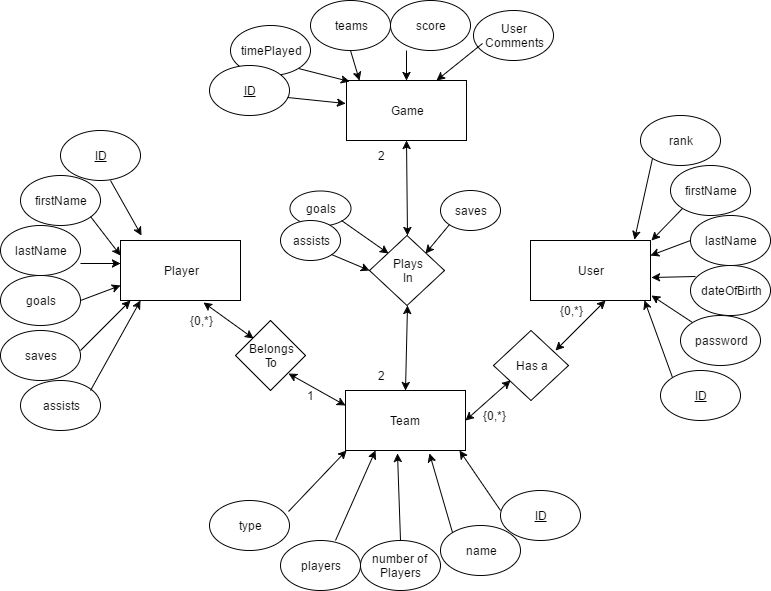
Before: project/erd.png, a diagram exported from draw.io (mjond/cs342). Source tidied: cells renumbered, new cells last; positions are measured from the earlier drawing's top-left corner, leaving out a move shared by most shapes.
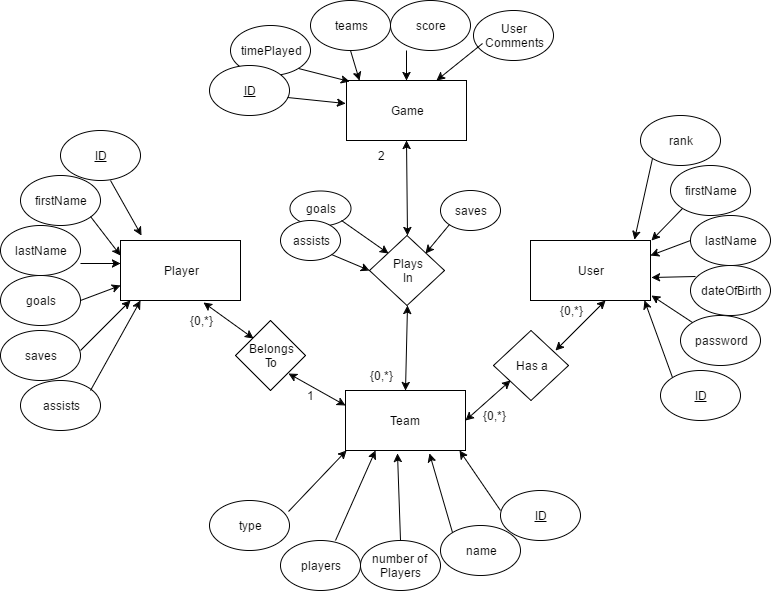
The same file after the commit.

Diff of the diagram source:
```diff
@@ -194,7 +194,7 @@
         <mxPoint x="346" y="450" as="targetPoint" />
       </mxGeometry>
     </mxCell>
-    <mxCell id="55" value="2" style="text;html=1;strokeColor=none;fillColor=none;align=center;verticalAlign=middle;whiteSpace=wrap;" parent="1" vertex="1">
+    <mxCell id="55" value="{0,*}" style="text;html=1;strokeColor=none;fillColor=none;align=center;verticalAlign=middle;whiteSpace=wrap;" parent="1" vertex="1">
       <mxGeometry x="360" y="365" width="40" height="20" as="geometry" />
     </mxCell>
     <mxCell id="56" value="2" style="text;html=1;strokeColor=none;fillColor=none;align=center;verticalAlign=middle;whiteSpace=wrap;" parent="1" vertex="1">
```
